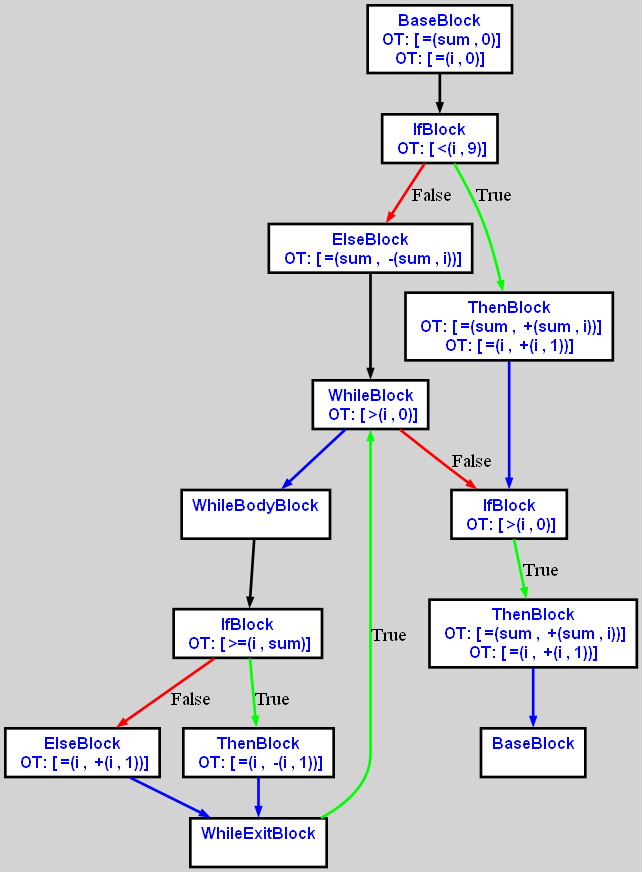
This is cpoCompilerWin/cfgi0.dot.png from aveen007/CountingMonkeys, a Graphviz export, as it was before one commit. Its source is kept beside it as cpoCompilerWin/cfgi0.dot.
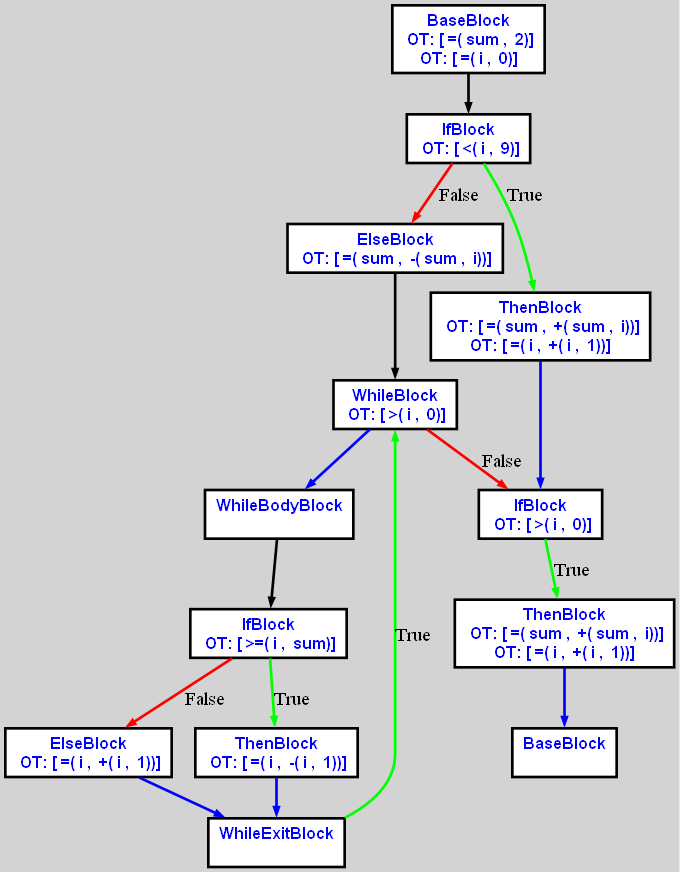
The same diagram one commit later.

Change to the diagram source:
```diff
@@ -4,45 +4,45 @@
 bgcolor="lightgrey";  node [shape=box, fixedsize=false, fontsize=12, fontname="Helvetica-bold", fontcolor="blue"
 width=.25, height=.25, color="black", fillcolor="white", style="filled, solid, bold"];
 
-edge [arrowsize=.5, color="black", style="bold"]    n000001F50CCC1070 [label="BaseBlock\n OT: [ =(sum , 0)]
-OT: [ =(i , 0)]
+edge [arrowsize=.5, color="black", style="bold"]    n0000129252522790 [label="BaseBlock\n OT: [ =( sum ,  2)]
+OT: [ =( i ,  0)]
 "]
-    n000001F50CCC1070 -> n000001F50CCC0A50
-    n000001F50CCC0A50 [label="IfBlock\n OT: [ <(i , 9)]
+    n0000129252522790 -> n0000129252522850
+    n0000129252522850 [label="IfBlock\n OT: [ <( i ,  9)]
 "]
-    n000001F50CCC0A50 -> n000001F50CCC0CF0 [label="False" color="red"]
-    n000001F50CCC0CF0 [label="ElseBlock\n OT: [ =(sum ,  -(sum , i))]
+    n0000129252522850 -> n00001292525228D0 [label="False" color="red"]
+    n00001292525228D0 [label="ElseBlock\n OT: [ =( sum ,  -( sum ,  i))]
 "]
-    n000001F50CCC0CF0 -> n000001F50CCC0C10
-    n000001F50CCC0C10 [label="WhileBlock\n OT: [ >(i , 0)]
+    n00001292525228D0 -> n0000129252522910
+    n0000129252522910 [label="WhileBlock\n OT: [ >( i ,  0)]
 "]
-    n000001F50CCC0C10 -> n000001F50CCC1150 [ color="blue"]
-    n000001F50CCC1150 [label="WhileBodyBlock\n "]
-    n000001F50CCC1150 -> n000001F50CCC1540
-    n000001F50CCC1540 [label="IfBlock\n OT: [ >=(i , sum)]
+    n0000129252522910 -> n0000129252522950 [ color="blue"]
+    n0000129252522950 [label="WhileBodyBlock\n "]
+    n0000129252522950 -> n0000129252522990
+    n0000129252522990 [label="IfBlock\n OT: [ >=( i ,  sum)]
 "]
-    n000001F50CCC1540 -> n000001F50CCC1310 [label="False" color="red"]
-    n000001F50CCC1310 [label="ElseBlock\n OT: [ =(i ,  +(i , 1))]
+    n0000129252522990 -> n0000129252522A10 [label="False" color="red"]
+    n0000129252522A10 [label="ElseBlock\n OT: [ =( i ,  +( i ,  1))]
 "]
-    n000001F50CCC1310 -> n000001F50CCC15B0 [ color="blue"]
-    n000001F50CCC1540 -> n000001F50CCC12A0 [label="True" color="green"]
-    n000001F50CCC12A0 [label="ThenBlock\n OT: [ =(i ,  -(i , 1))]
+    n0000129252522A10 -> n0000129252522A50 [ color="blue"]
+    n0000129252522990 -> n00001292525229D0 [label="True" color="green"]
+    n00001292525229D0 [label="ThenBlock\n OT: [ =( i ,  -( i ,  1))]
 "]
-    n000001F50CCC12A0 -> n000001F50CCC15B0 [ color="blue"]
-    n000001F50CCC15B0 [label="WhileExitBlock\n "]
-    n000001F50CCC15B0 -> n000001F50CCC0C10 [label="True" color="green"]
-    n000001F50CCC0C10 -> n000001F50CCC1000 [label="False" color="red"]
-    n000001F50CCC0A50 -> n000001F50CCC0BA0 [label="True" color="green"]
-    n000001F50CCC0BA0 [label="ThenBlock\n OT: [ =(sum ,  +(sum , i))]
-OT: [ =(i ,  +(i , 1))]
+    n00001292525229D0 -> n0000129252522A50 [ color="blue"]
+    n0000129252522A50 [label="WhileExitBlock\n "]
+    n0000129252522A50 -> n0000129252522910 [label="True" color="green"]
+    n0000129252522910 -> n0000129252522A90 [label="False" color="red"]
+    n0000129252522850 -> n0000129252522890 [label="True" color="green"]
+    n0000129252522890 [label="ThenBlock\n OT: [ =( sum ,  +( sum ,  i))]
+OT: [ =( i ,  +( i ,  1))]
 "]
-    n000001F50CCC0BA0 -> n000001F50CCC1000 [ color="blue"]
-    n000001F50CCC1000 [label="IfBlock\n OT: [ >(i , 0)]
+    n0000129252522890 -> n0000129252522A90 [ color="blue"]
+    n0000129252522A90 [label="IfBlock\n OT: [ >( i ,  0)]
 "]
-    n000001F50CCC1000 -> n000001F50CCC0C80 [label="True" color="green"]
-    n000001F50CCC0C80 [label="ThenBlock\n OT: [ =(sum ,  +(sum , i))]
-OT: [ =(i ,  +(i , 1))]
+    n0000129252522A90 -> n0000129252522AD0 [label="True" color="green"]
+    n0000129252522AD0 [label="ThenBlock\n OT: [ =( sum ,  +( sum ,  i))]
+OT: [ =( i ,  +( i ,  1))]
 "]
-    n000001F50CCC0C80 -> n000001F50CCC09E0 [ color="blue"]
-    n000001F50CCC09E0 [label="BaseBlock\n "]
+    n0000129252522AD0 -> n0000129252522B10 [ color="blue"]
+    n0000129252522B10 [label="BaseBlock\n "]
 }
```
